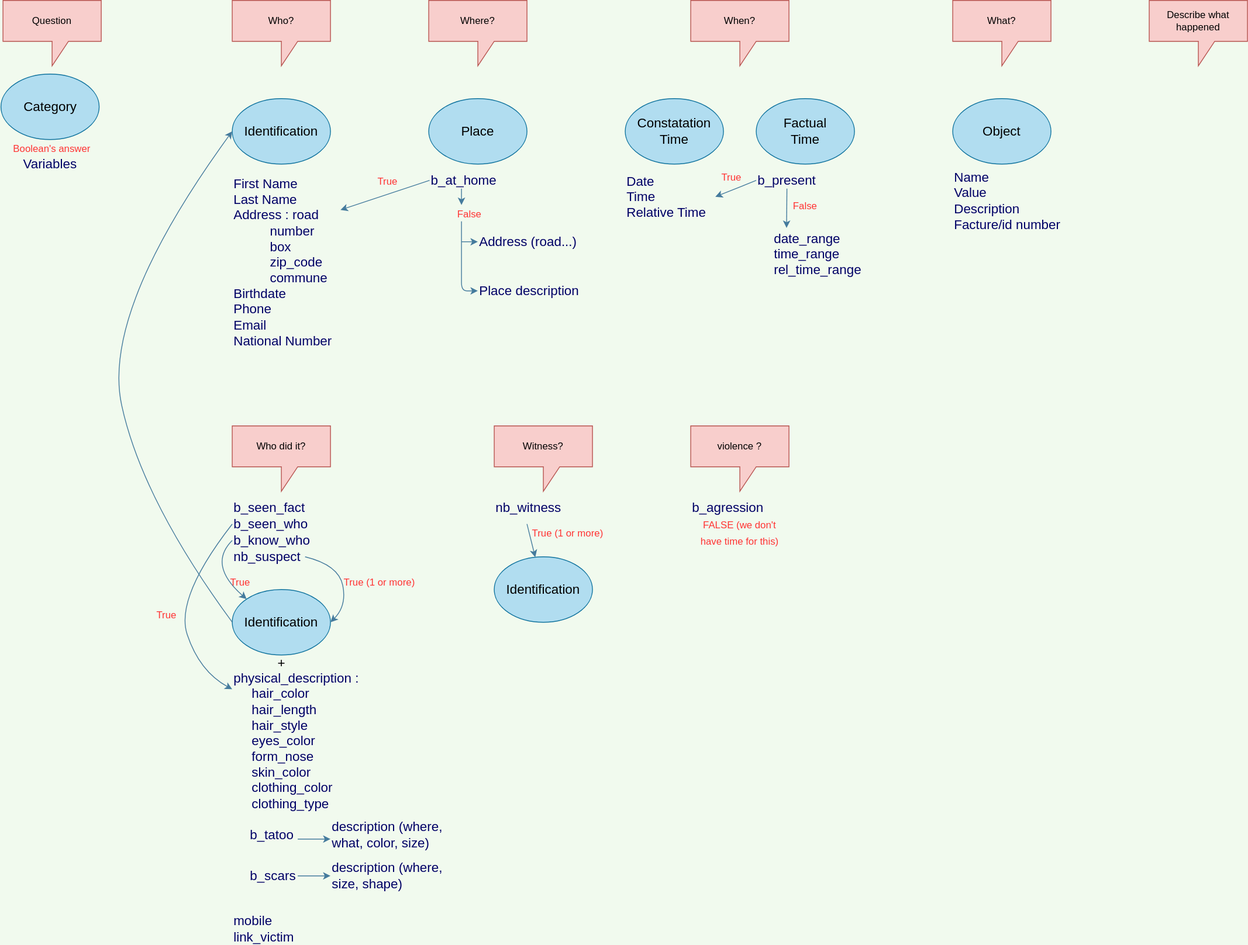
This is concepts/Variables_needed.svg from Joffreybvn/police-training-chatbot, a draw.io export, as it was before one commit. Source tidied: cells renumbered, new cells last; positions are measured from the earlier drawing's top-left corner, leaving out a move shared by most shapes.
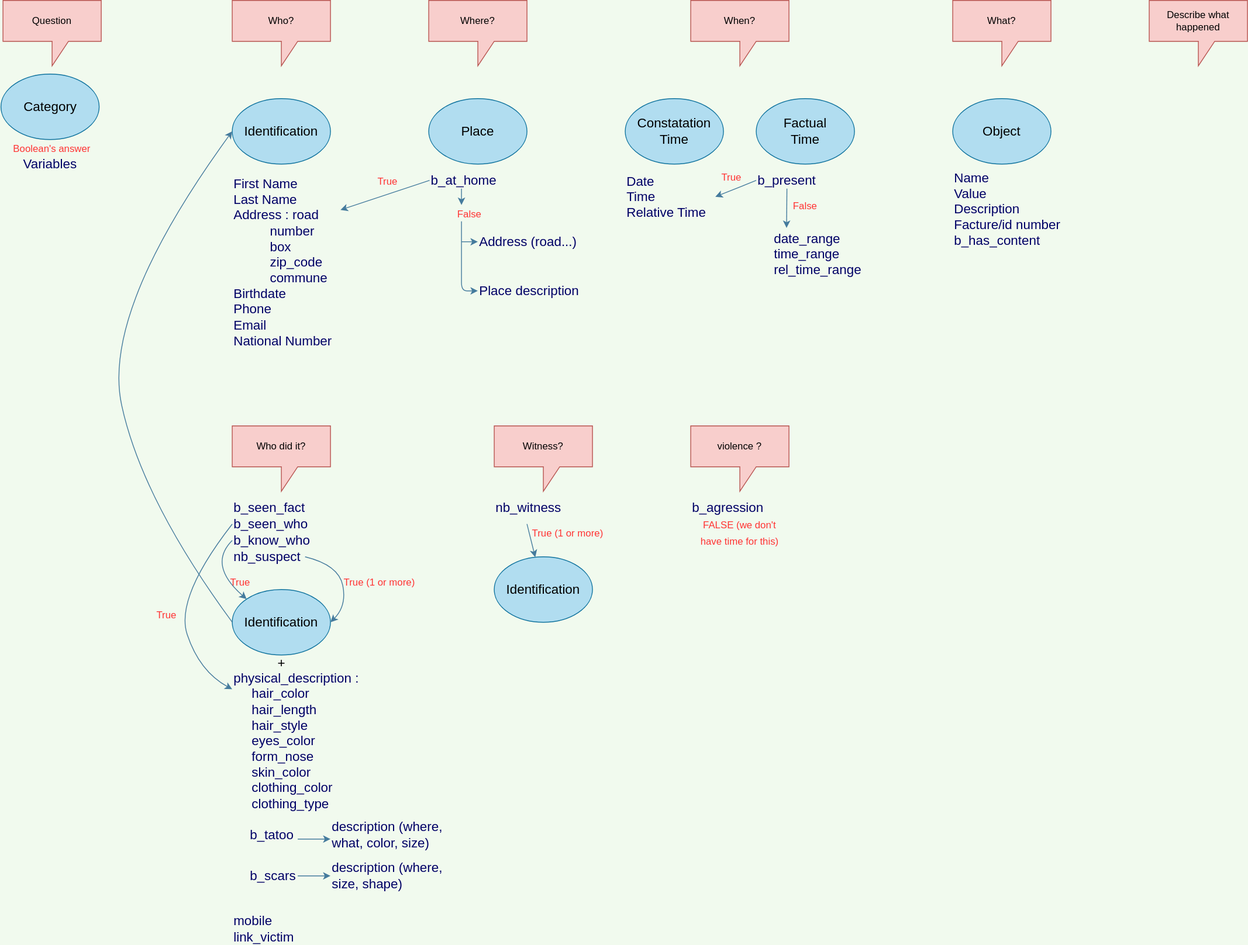
The same diagram one commit later.

What changed in the source:
```diff
@@ -106,8 +106,8 @@
     <mxCell id="33" value="Object" style="ellipse;whiteSpace=wrap;html=1;fillColor=#b1ddf0;strokeColor=#10739e;fontSize=16;" parent="1" vertex="1">
       <mxGeometry x="1162" y="120" width="120" height="80" as="geometry" />
     </mxCell>
-    <mxCell id="34" value="Name&lt;br&gt;Value&lt;br&gt;Description&lt;br&gt;Facture/id number" style="text;html=1;align=left;verticalAlign=middle;whiteSpace=wrap;rounded=0;sketch=0;strokeWidth=1;fontColor=#000066;fontSize=16;" parent="1" vertex="1">
-      <mxGeometry x="1162" y="210" width="150" height="70" as="geometry" />
+    <mxCell id="34" value="Name&lt;br&gt;Value&lt;br&gt;Description&lt;br&gt;Facture/id number&lt;br&gt;b_has_content" style="text;html=1;align=left;verticalAlign=middle;whiteSpace=wrap;rounded=0;sketch=0;strokeWidth=1;fontColor=#000066;fontSize=16;" parent="1" vertex="1">
+      <mxGeometry x="1162" y="220" width="150" height="70" as="geometry" />
     </mxCell>
     <mxCell id="35" value="Who did it?" style="shape=callout;whiteSpace=wrap;html=1;perimeter=calloutPerimeter;rounded=0;sketch=0;strokeColor=#b85450;fillColor=#f8cecc;" parent="1" vertex="1">
       <mxGeometry x="282" y="520" width="120" height="80" as="geometry" />
```
